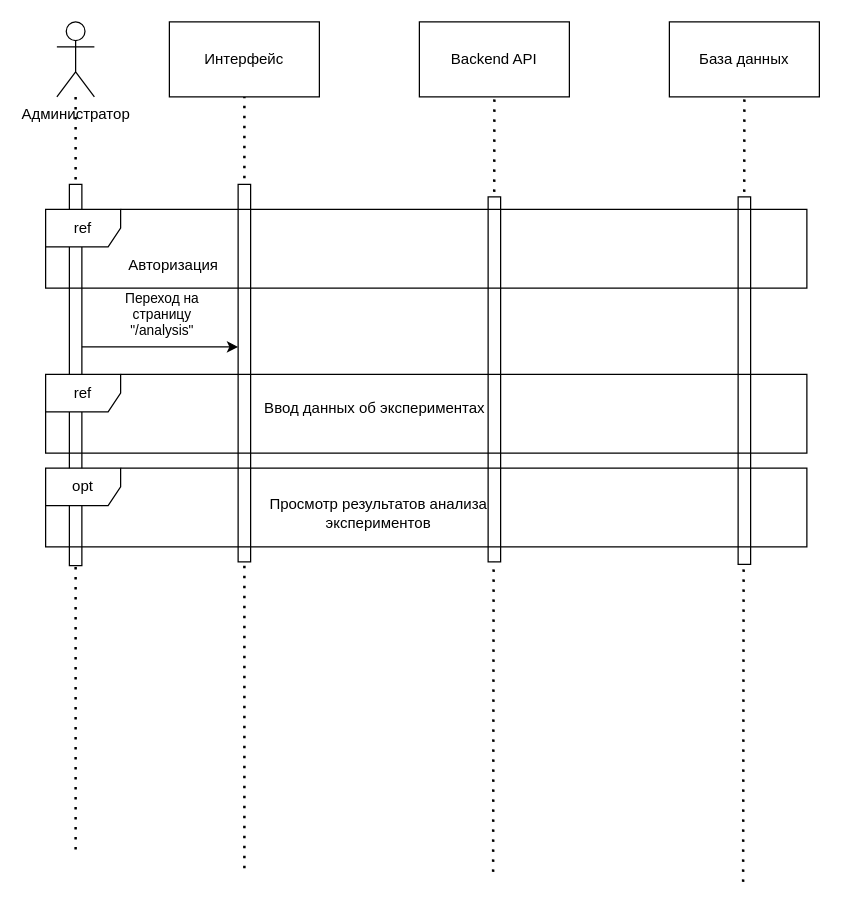
Earlier version of the draw.io diagram sequence_use-intellect.drawio (eva01pilot/plant-tissue-diagrams). Source tidied: cells renumbered, new cells numbered last; positions are measured from the earlier drawing's top-left corner, leaving out a move shared by most shapes. Both pictures are drawn from the tidied source at 125%, with x=0, y=0 at pixel (45, 21).
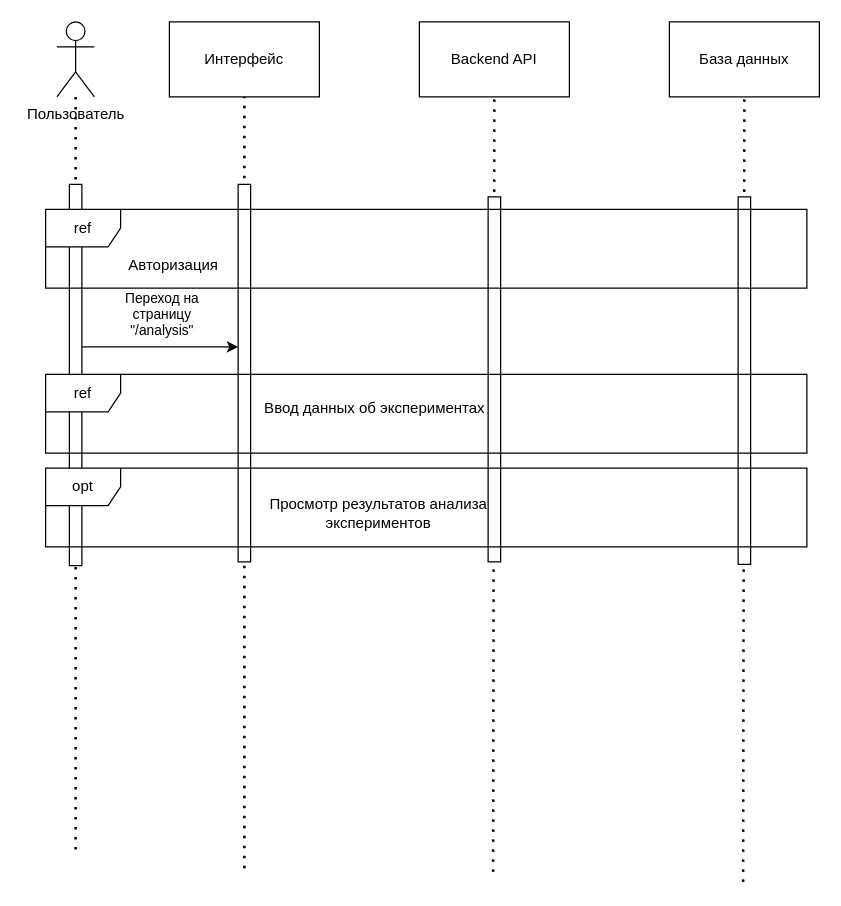
The same page after the edit.

The edit, as a diff of the source:
```diff
@@
-    <mxCell id="6" value="&lt;div&gt;Администратор&lt;/div&gt;" style="shape=umlActor;verticalLabelPosition=bottom;verticalAlign=top;html=1;outlineConnect=0;align=center;horizontal=1;labelPosition=center;" parent="1" vertex="1">
+    <mxCell id="6" value="Пользователь" style="shape=umlActor;verticalLabelPosition=bottom;verticalAlign=top;html=1;outlineConnect=0;align=center;horizontal=1;labelPosition=center;" parent="1" vertex="1">
       <mxGeometry x="9" width="30" height="60" as="geometry" />
     </mxCell>
```
